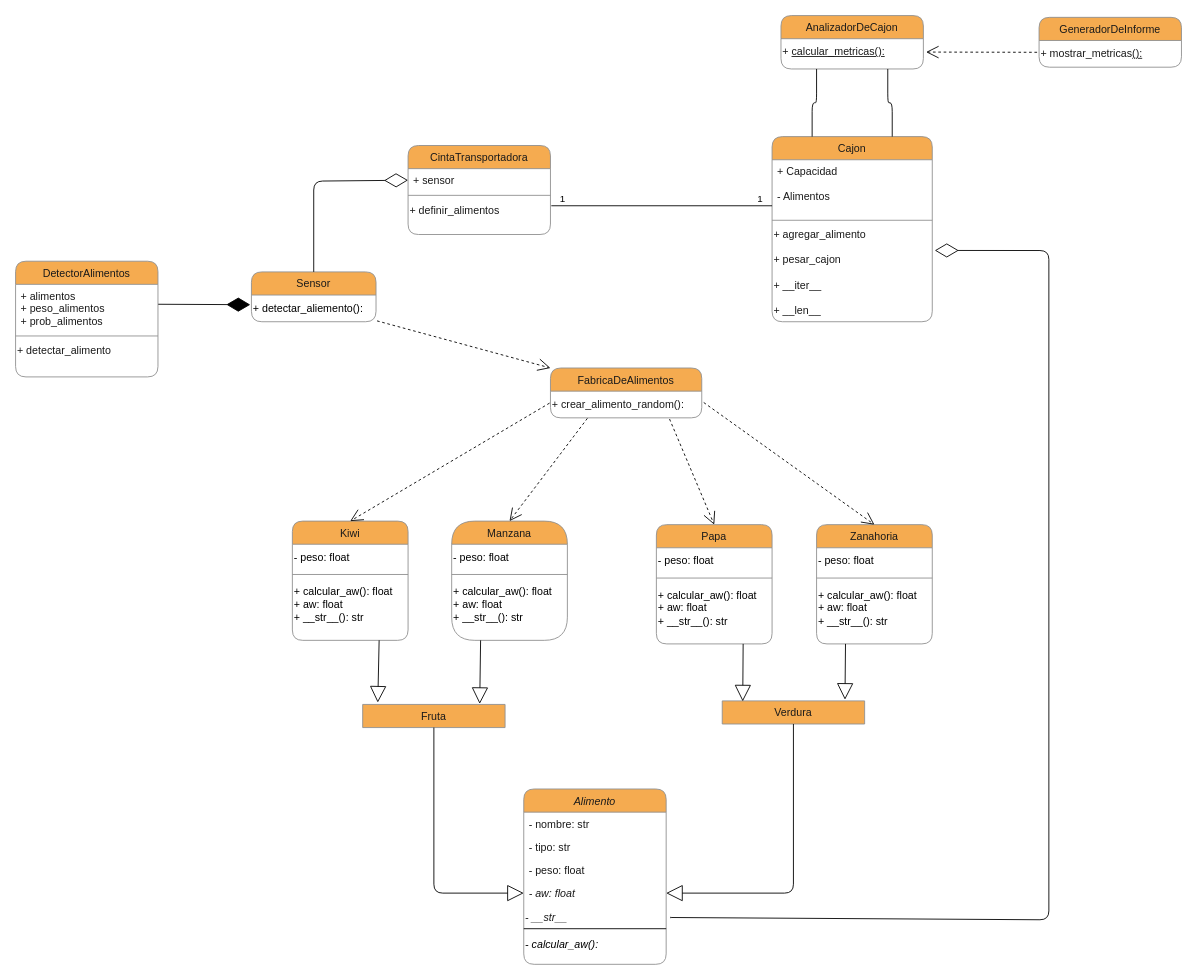
Before: TrabajoPractico_2/proyecto_2.2/docs/UML 2.2.drawio in AgustinG178/pa_2025c1_practica, a draw.io diagram. Source tidied: cells renumbered, new cells numbered last; positions are measured from the earlier drawing's top-left corner, leaving out a move shared by most shapes. Both pictures are drawn from the tidied source at 89%, with x=0, y=0 at pixel (15, 15).
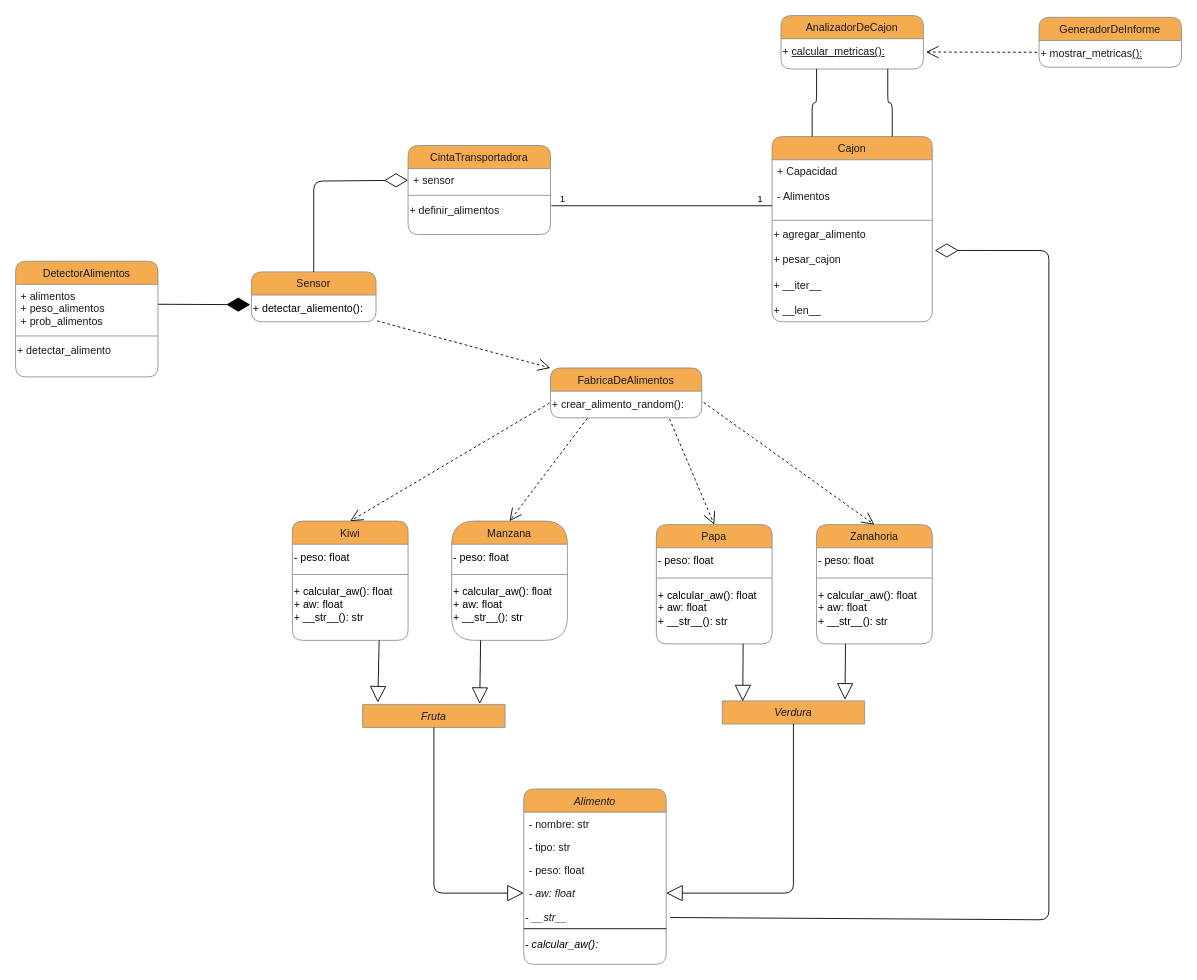
The same page after the edit.

The edit, as a diff of the source:
```diff
@@
-    <mxCell id="18" value="Verdura" style="swimlane;fontStyle=0;align=center;verticalAlign=top;horizontal=1;startSize=26;rounded=1;shadow=0;strokeWidth=1;labelBackgroundColor=none;fillColor=#F5AB50;strokeColor=#909090;fontColor=#1A1A1A;" parent="1" vertex="1" collapsed="1">
+    <mxCell id="18" value="Verdura" style="swimlane;fontStyle=2;align=center;verticalAlign=top;horizontal=1;startSize=26;rounded=1;shadow=0;strokeWidth=1;labelBackgroundColor=none;fillColor=#F5AB50;strokeColor=#909090;fontColor=#1A1A1A;" parent="1" vertex="1" collapsed="1">
       <mxGeometry x="794" y="770" width="160" height="26" as="geometry" />
     </mxCell>
-    <mxCell id="19" value="Fruta" style="swimlane;fontStyle=0;align=center;verticalAlign=top;horizontal=1;startSize=26;rounded=1;shadow=0;strokeWidth=1;labelBackgroundColor=none;fillColor=#F5AB50;strokeColor=#909090;fontColor=#1A1A1A;" parent="1" vertex="1" collapsed="1">
+    <mxCell id="19" value="Fruta" style="swimlane;fontStyle=2;align=center;verticalAlign=top;horizontal=1;startSize=26;rounded=1;shadow=0;strokeWidth=1;labelBackgroundColor=none;fillColor=#F5AB50;strokeColor=#909090;fontColor=#1A1A1A;" parent="1" vertex="1" collapsed="1">
       <mxGeometry x="390" y="774" width="160" height="26" as="geometry" />
     </mxCell>
```
